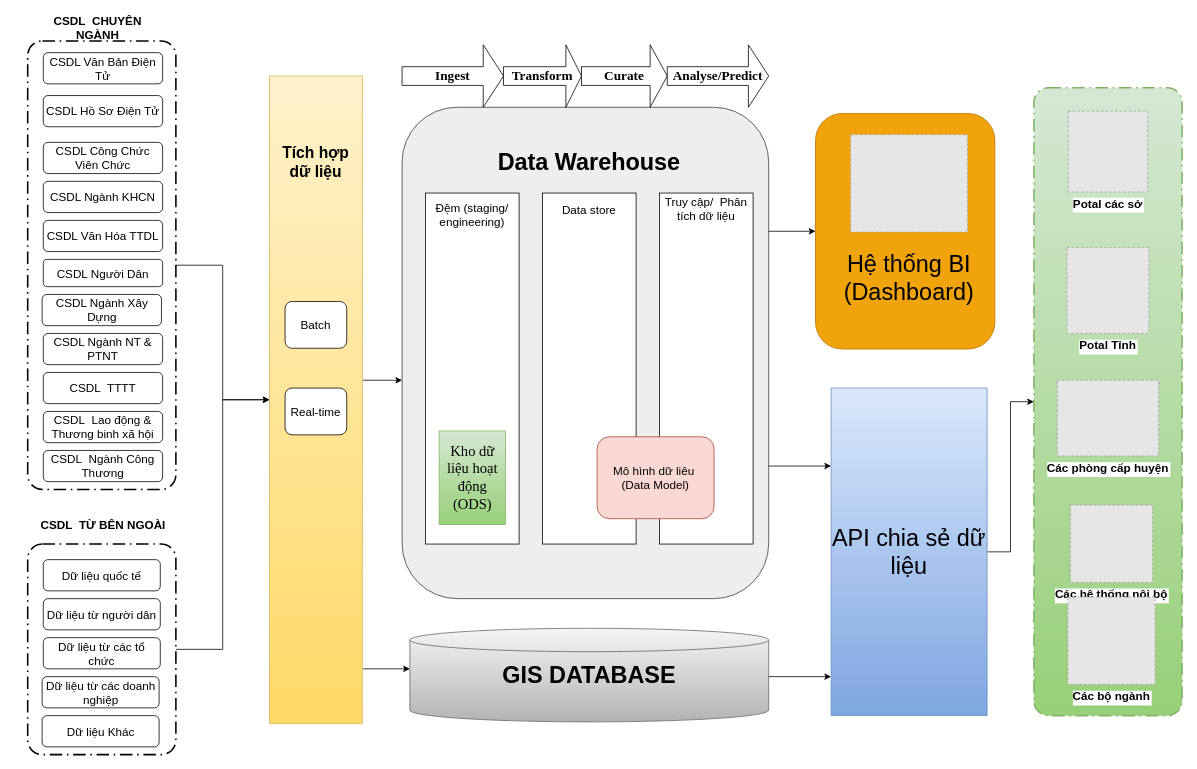
Before: so-do-draw/kho_du_lieu.drawio in letheanh12345/Draw-io, a draw.io diagram. Source tidied: cells renumbered, new cells numbered last; positions are measured from the earlier drawing's top-left corner, leaving out a move shared by most shapes. Both pictures are drawn from the tidied source at 78%, with x=0, y=0 at pixel (13, 13). Pictures stored in the file or linked from it are replaced by grey dashed boxes.
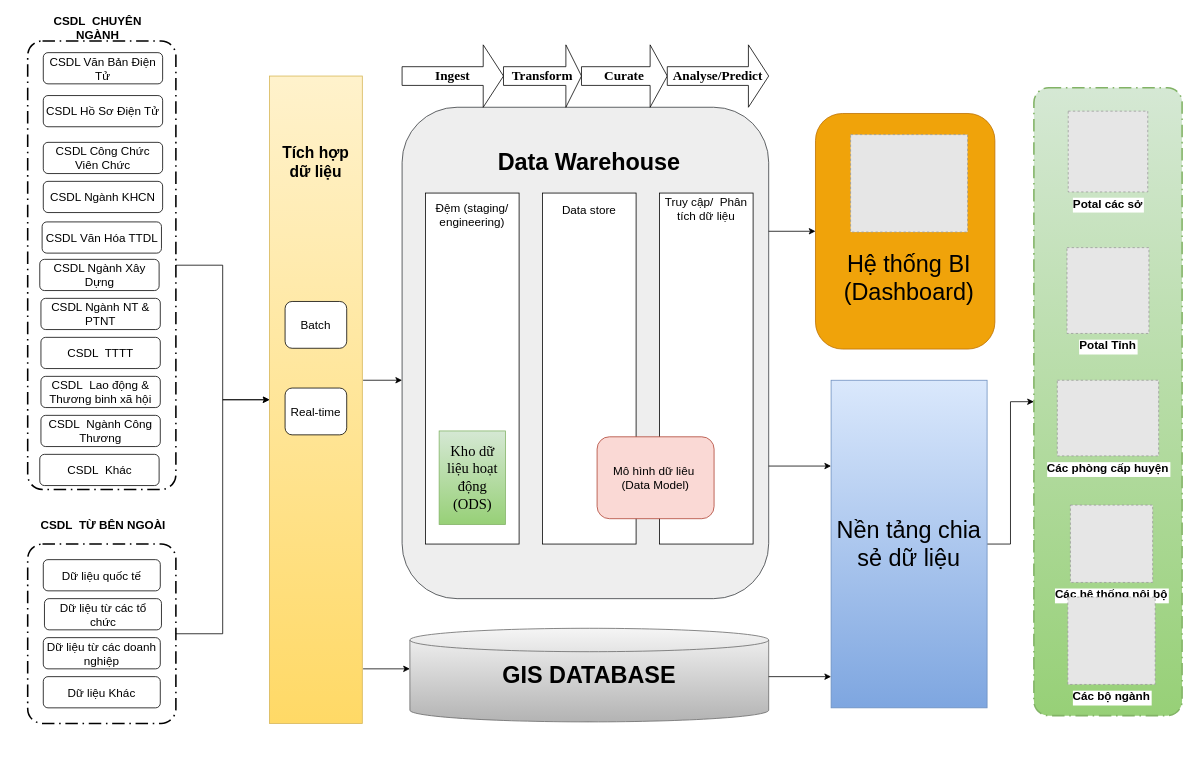
The same diagram, later.

Change to the diagram source:
```diff
@@
-    <mxCell id="24" value="&lt;font style=&quot;font-size: 15px;&quot;&gt;CSDL Người Dân&lt;/font&gt;" style="rounded=1;whiteSpace=wrap;html=1;" parent="1" vertex="1">
-      <mxGeometry x="38" y="315" width="153" height="35" as="geometry" />
-    </mxCell>
@@
     <mxCell id="26" value="&lt;font style=&quot;font-size: 15px;&quot;&gt;CSDL Văn Hóa TTDL&lt;/font&gt;" style="rounded=1;whiteSpace=wrap;html=1;" parent="1" vertex="1">
-      <mxGeometry x="38" y="265" width="153" height="40" as="geometry" />
+      <mxGeometry x="36.5" y="267" width="153" height="40" as="geometry" />
     </mxCell>
@@
     <mxCell id="29" style="points=[[0.25,0,0],[0.5,0,0],[0.75,0,0],[1,0.25,0],[1,0.5,0],[1,0.75,0],[0.75,1,0],[0.5,1,0],[0.25,1,0],[0,0.75,0],[0,0.5,0],[0,0.25,0]];rounded=1;arcSize=10;dashed=1;strokeColor=#000000;fillColor=none;gradientColor=none;dashPattern=8 3 1 3;strokeWidth=2;fontStyle=1;fontSize=20;" parent="1" vertex="1">
-      <mxGeometry x="18" y="680" width="190" height="270" as="geometry" />
+      <mxGeometry x="18" y="680" width="190" height="230" as="geometry" />
     </mxCell>
@@
-    <mxCell id="33" value="Dữ liệu từ người dân" style="rounded=1;whiteSpace=wrap;html=1;fontSize=15;" parent="1" vertex="1">
-      <mxGeometry x="38" y="750" width="150" height="40" as="geometry" />
-    </mxCell>
     <mxCell id="34" value="Dữ liệu từ các tổ chức" style="rounded=1;whiteSpace=wrap;html=1;fontSize=15;" parent="1" vertex="1">
-      <mxGeometry x="38" y="800" width="150" height="40" as="geometry" />
+      <mxGeometry x="39.5" y="750" width="150" height="40" as="geometry" />
     </mxCell>
@@
     <mxCell id="36" value="&lt;font style=&quot;font-size: 15px;&quot;&gt;CSDL Ngành Xây Dựng&lt;/font&gt;" style="rounded=1;whiteSpace=wrap;html=1;" parent="1" vertex="1">
-      <mxGeometry x="36.5" y="360" width="153" height="40" as="geometry" />
+      <mxGeometry x="33.5" y="315" width="153" height="40" as="geometry" />
     </mxCell>
     <mxCell id="37" value="&lt;font style=&quot;font-size: 15px;&quot;&gt;CSDL Ngành NT &amp;amp; PTNT&lt;/font&gt;" style="rounded=1;whiteSpace=wrap;html=1;" parent="1" vertex="1">
-      <mxGeometry x="38" y="410" width="153" height="40" as="geometry" />
+      <mxGeometry x="35" y="365" width="153" height="40" as="geometry" />
     </mxCell>
     <mxCell id="38" value="&lt;font style=&quot;font-size: 15px;&quot;&gt;CSDL&amp;nbsp; TTTT&lt;/font&gt;" style="rounded=1;whiteSpace=wrap;html=1;" parent="1" vertex="1">
-      <mxGeometry x="38" y="460" width="153" height="40" as="geometry" />
+      <mxGeometry x="35" y="415" width="153" height="40" as="geometry" />
     </mxCell>
     <mxCell id="39" value="&lt;font style=&quot;font-size: 15px;&quot;&gt;CSDL&amp;nbsp; Lao động &amp;amp; Thương binh xã hội&lt;/font&gt;" style="rounded=1;whiteSpace=wrap;html=1;" parent="1" vertex="1">
-      <mxGeometry x="38" y="510" width="153" height="40" as="geometry" />
+      <mxGeometry x="35" y="465" width="153" height="40" as="geometry" />
     </mxCell>
     <mxCell id="40" value="&lt;font style=&quot;font-size: 15px;&quot;&gt;CSDL&amp;nbsp; Ngành Công Thương&lt;/font&gt;" style="rounded=1;whiteSpace=wrap;html=1;" parent="1" vertex="1">
-      <mxGeometry x="38" y="560" width="153" height="40" as="geometry" />
+      <mxGeometry x="35" y="515" width="153" height="40" as="geometry" />
     </mxCell>
     <mxCell id="41" value="Dữ liệu từ các doanh nghiệp" style="rounded=1;whiteSpace=wrap;html=1;fontSize=15;" parent="1" vertex="1">
-      <mxGeometry x="36.5" y="850" width="150" height="40" as="geometry" />
+      <mxGeometry x="38" y="800" width="150" height="40" as="geometry" />
     </mxCell>
     <mxCell id="42" value="Dữ liệu Khác" style="rounded=1;whiteSpace=wrap;html=1;fontSize=15;" parent="1" vertex="1">
-      <mxGeometry x="36.5" y="900" width="150" height="40" as="geometry" />
+      <mxGeometry x="38" y="850" width="150" height="40" as="geometry" />
     </mxCell>
@@
-    <mxCell id="47" value="&lt;font style=&quot;font-size: 30px;&quot;&gt;API chia sẻ dữ liệu&lt;/font&gt;" style="rounded=0;whiteSpace=wrap;html=1;fontSize=15;fillColor=#dae8fc;gradientColor=#7ea6e0;strokeColor=#6c8ebf;" parent="1" vertex="1">
-      <mxGeometry x="1048" y="480" width="200" height="420" as="geometry" />
+    <mxCell id="47" value="&lt;font style=&quot;font-size: 30px;&quot;&gt;Nền tảng chia sẻ dữ liệu&lt;/font&gt;" style="rounded=0;whiteSpace=wrap;html=1;fontSize=15;fillColor=#dae8fc;gradientColor=#7ea6e0;strokeColor=#6c8ebf;" parent="1" vertex="1">
+      <mxGeometry x="1048" y="470" width="200" height="420" as="geometry" />
     </mxCell>
@@
+    <mxCell id="60" value="&lt;font style=&quot;font-size: 15px;&quot;&gt;CSDL&amp;nbsp; Khác&lt;/font&gt;" style="rounded=1;whiteSpace=wrap;html=1;" parent="1" vertex="1">
+      <mxGeometry x="33.5" y="565" width="153" height="40" as="geometry" />
+    </mxCell>
```
